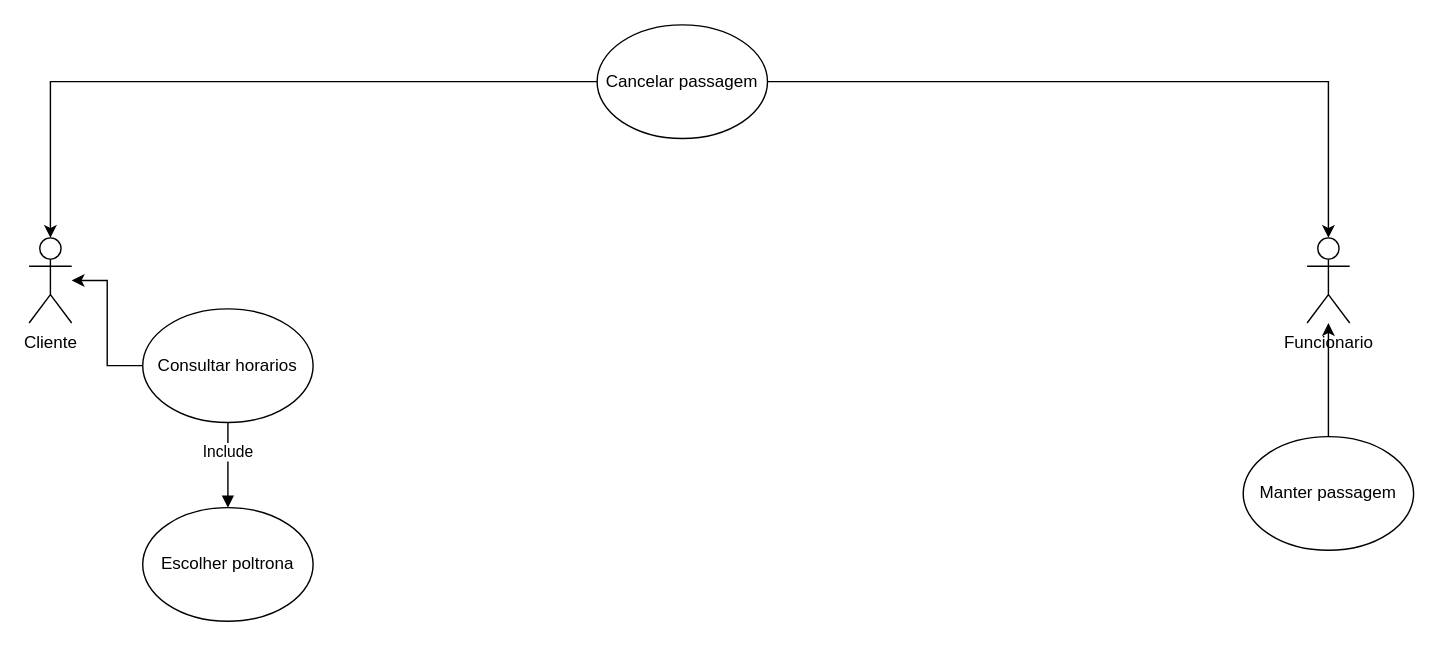
Above: Diagrama sem nome.drawio in Krittz/IFTM-ADS (draw.io), before the change. Source tidied: cells renumbered, new cells numbered last; positions are measured from the earlier drawing's top-left corner, leaving out a move shared by most shapes. Both pictures are drawn from the tidied source at 142%, with x=0, y=0 at pixel (28, 24).
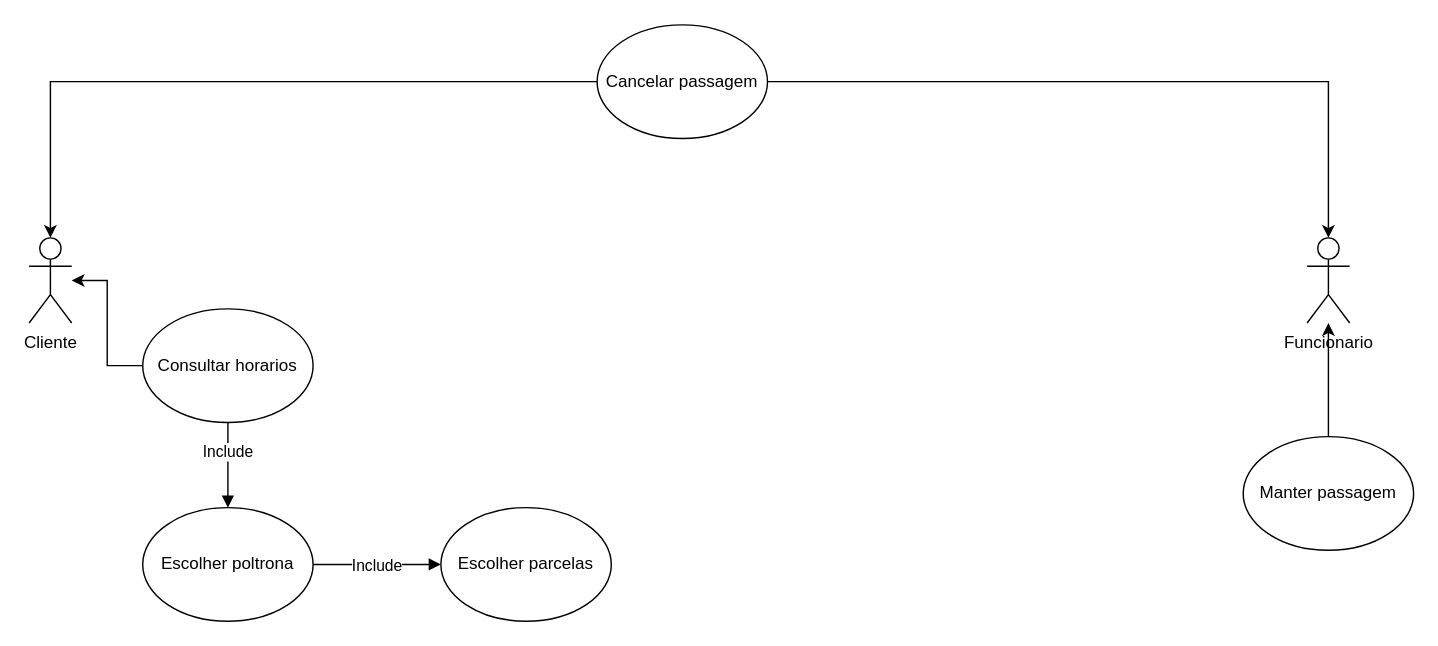
After the change.

The edit, as a diff of the source:
```diff
@@
 <mxGraphModel>
   <root>
     <mxCell id="0" />
     <mxCell id="1" parent="0" />
     <mxCell id="2" value="Cliente&lt;br&gt;" style="shape=umlActor;verticalLabelPosition=bottom;verticalAlign=top;html=1;outlineConnect=0;" parent="1" vertex="1">
       <mxGeometry y="150" width="30" height="60" as="geometry" />
     </mxCell>
     <mxCell id="3" value="Funcionario&lt;br&gt;" style="shape=umlActor;verticalLabelPosition=bottom;verticalAlign=top;html=1;outlineConnect=0;" parent="1" vertex="1">
       <mxGeometry x="900" y="150" width="30" height="60" as="geometry" />
     </mxCell>
     <mxCell id="4" style="edgeStyle=orthogonalEdgeStyle;rounded=0;jettySize=auto;html=1;" parent="1" edge="1" source="5" target="3">
       <mxGeometry relative="1" as="geometry" />
     </mxCell>
     <mxCell id="5" value="Manter passagem&lt;br&gt;" style="ellipse;whiteSpace=wrap;html=1;" parent="1" vertex="1">
       <mxGeometry x="855" y="290" width="120" height="80" as="geometry" />
     </mxCell>
     <mxCell id="6" style="edgeStyle=orthogonalEdgeStyle;rounded=0;jettySize=auto;html=1;" parent="1" edge="1" source="7" target="2">
       <mxGeometry relative="1" as="geometry" />
     </mxCell>
     <mxCell id="7" value="Consultar horarios&lt;br&gt;" style="ellipse;whiteSpace=wrap;html=1;" parent="1" vertex="1">
       <mxGeometry x="80" y="200" width="120" height="80" as="geometry" />
     </mxCell>
     <mxCell id="8" style="edgeStyle=orthogonalEdgeStyle;rounded=0;jettySize=auto;html=1;" parent="1" edge="1" source="10" target="2">
       <mxGeometry relative="1" as="geometry" />
     </mxCell>
     <mxCell id="9" style="edgeStyle=orthogonalEdgeStyle;rounded=0;jettySize=auto;html=1;entryX=0.5;entryY=0;entryDx=0;entryDy=0;entryPerimeter=0;" parent="1" edge="1" source="10" target="3">
       <mxGeometry relative="1" as="geometry" />
     </mxCell>
     <mxCell id="10" value="Cancelar passagem&lt;br&gt;" style="ellipse;whiteSpace=wrap;html=1;" parent="1" vertex="1">
       <mxGeometry x="400" width="120" height="80" as="geometry" />
     </mxCell>
     <mxCell id="11" value="Escolher poltrona&lt;br&gt;" style="ellipse;whiteSpace=wrap;html=1;" parent="1" vertex="1">
       <mxGeometry x="80" y="340" width="120" height="80" as="geometry" />
     </mxCell>
     <mxCell id="12" value="Include&lt;br&gt;" style="html=1;verticalAlign=bottom;endArrow=block;edgeStyle=elbowEdgeStyle;elbow=vertical;curved=0;rounded=0;" parent="1" edge="1" source="7" target="11">
       <mxGeometry relative="1" as="geometry" />
     </mxCell>
+    <mxCell id="13" value="Escolher parcelas&lt;br&gt;" style="ellipse;whiteSpace=wrap;html=1;" parent="1" vertex="1">
+      <mxGeometry x="290" y="340" width="120" height="80" as="geometry" />
+    </mxCell>
+    <mxCell id="14" value="Include&lt;br&gt;" style="html=1;verticalAlign=bottom;endArrow=block;edgeStyle=elbowEdgeStyle;elbow=vertical;curved=0;rounded=0;" parent="1" edge="1" source="11" target="13">
+      <mxGeometry y="-10" relative="1" as="geometry" />
+    </mxCell>
   </root>
 </mxGraphModel>
```
